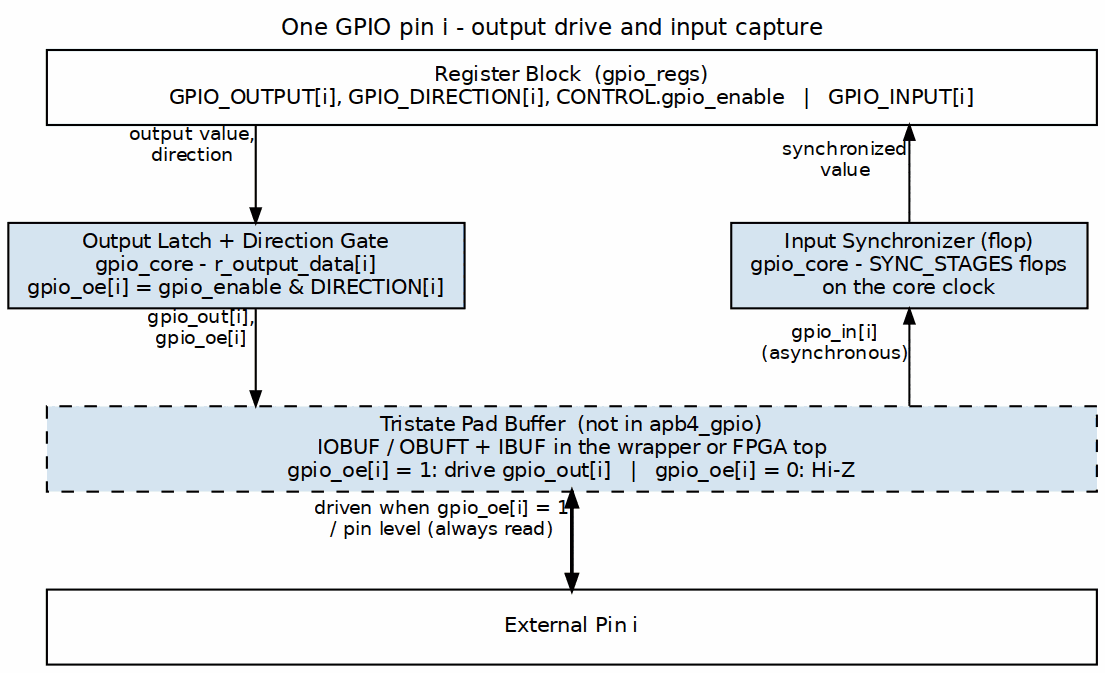
Earlier version of the Graphviz export projects/components/legacy-ip/retro_legacy_blocks/docs/gpio_mas/assets/graphviz/gpio_pin_io.png (sean-galloway/RTLDesignSherpa). Its source is kept beside it as projects/components/legacy-ip/retro_legacy_blocks/docs/gpio_mas/assets/graphviz/gpio_pin_io.dot. Its diagram source:
```dot
digraph gpio_pin_io {
    graph [rankdir=TB, bgcolor="white", fontname="Helvetica", fontsize=11,
           nodesep="0.45", ranksep="0.65", splines=ortho, newrank=true,
           label="One GPIO pin i - output drive and input capture",
           labelloc=t, labeljust=c];
    node  [fontname="Helvetica", fontsize=10, shape=box, style=filled,
           fillcolor="#D6E4F0", color="black", margin="0.12,0.06"];
    edge  [fontname="Helvetica", fontsize=9, color="black", arrowsize=0.7];

    regs [label="Register Block  (gpio_regs)\nGPIO_OUTPUT[i], GPIO_DIRECTION[i], CONTROL.gpio_enable   |   GPIO_INPUT[i]", fillcolor="white", width=7.0];
    lat  [label="Output Latch + Direction Gate\ngpio_core - r_output_data[i]\ngpio_oe[i] = gpio_enable & DIRECTION[i]"];
    syn  [label="Input Synchronizer (flop)\ngpio_core - SYNC_STAGES flops\non the core clock"];
    buf  [style="filled,dashed", label="Tristate Pad Buffer  (not in apb4_gpio)\nIOBUF / OBUFT + IBUF in the wrapper or FPGA top\ngpio_oe[i] = 1: drive gpio_out[i]   |   gpio_oe[i] = 0: Hi-Z", width=7.0];
    bar  [label="External Pin i", fillcolor="white", width=7.0];

    regs -> lat [xlabel="output value,\ndirection"];
    lat  -> buf [xlabel="gpio_out[i],\ngpio_oe[i]"];
    buf  -> bar [dir=both, penwidth=1.8, xlabel="driven when gpio_oe[i] = 1\n/ pin level (always read)"];
    syn  -> buf [dir=back, xlabel="gpio_in[i]\n(asynchronous)"];
    regs -> syn [dir=back, xlabel="synchronized\nvalue"];

    { rank=same; lat; syn; }
    lat -> syn [style=invis, minlen=4];
}
```
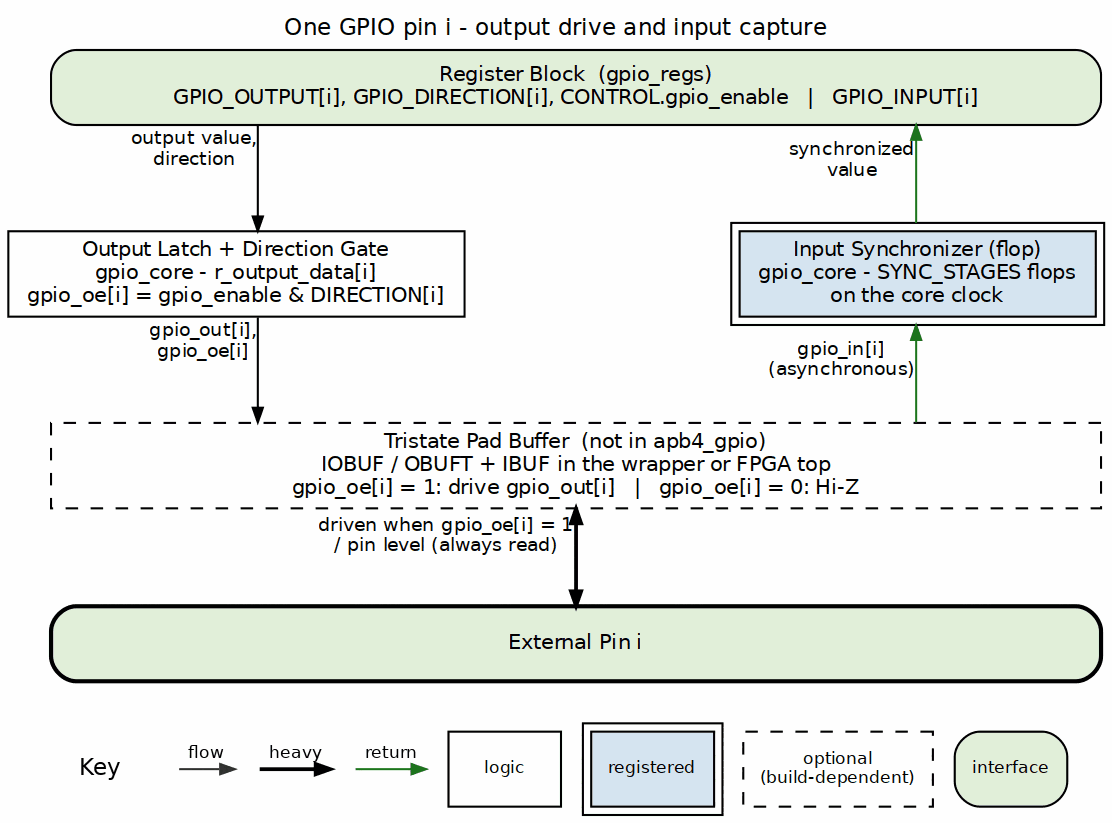
After the change.

The edit, as a diff of the source:
```diff
@@ -4,20 +4,20 @@
            label="One GPIO pin i - output drive and input capture",
            labelloc=t, labeljust=c];
     node  [fontname="Helvetica", fontsize=10, shape=box, style=filled,
-           fillcolor="#D6E4F0", color="black", margin="0.12,0.06"];
+           fillcolor="white", color="black", margin="0.12,0.06"];
     edge  [fontname="Helvetica", fontsize=9, color="black", arrowsize=0.7];
 
-    regs [label="Register Block  (gpio_regs)\nGPIO_OUTPUT[i], GPIO_DIRECTION[i], CONTROL.gpio_enable   |   GPIO_INPUT[i]", fillcolor="white", width=7.0];
-    lat  [label="Output Latch + Direction Gate\ngpio_core - r_output_data[i]\ngpio_oe[i] = gpio_enable & DIRECTION[i]"];
-    syn  [label="Input Synchronizer (flop)\ngpio_core - SYNC_STAGES flops\non the core clock"];
-    buf  [style="filled,dashed", label="Tristate Pad Buffer  (not in apb4_gpio)\nIOBUF / OBUFT + IBUF in the wrapper or FPGA top\ngpio_oe[i] = 1: drive gpio_out[i]   |   gpio_oe[i] = 0: Hi-Z", width=7.0];
-    bar  [label="External Pin i", fillcolor="white", width=7.0];
+    regs [label="Register Block  (gpio_regs)\nGPIO_OUTPUT[i], GPIO_DIRECTION[i], CONTROL.gpio_enable   |   GPIO_INPUT[i]", fillcolor="white", width=7.0, style="rounded,filled", fillcolor="#E2EFDA"];
+    lat  [label="Output Latch + Direction Gate\ngpio_core - r_output_data[i]\ngpio_oe[i] = gpio_enable & DIRECTION[i]", style="filled", fillcolor="white"];
+    syn  [label="Input Synchronizer (flop)\ngpio_core - SYNC_STAGES flops\non the core clock", peripheries=2, style="filled", fillcolor="#D6E4F0"];
+    buf  [style="filled,dashed", label="Tristate Pad Buffer  (not in apb4_gpio)\nIOBUF / OBUFT + IBUF in the wrapper or FPGA top\ngpio_oe[i] = 1: drive gpio_out[i]   |   gpio_oe[i] = 0: Hi-Z", width=7.0, style="filled,dashed", fillcolor="white"];
+    bar  [label="External Pin i", fillcolor="white", width=7.0, style="rounded,filled,bold", fillcolor="#E2EFDA"];
 
     regs -> lat [xlabel="output value,\ndirection"];
     lat  -> buf [xlabel="gpio_out[i],\ngpio_oe[i]"];
     buf  -> bar [dir=both, penwidth=1.8, xlabel="driven when gpio_oe[i] = 1\n/ pin level (always read)"];
-    syn  -> buf [dir=back, xlabel="gpio_in[i]\n(asynchronous)"];
-    regs -> syn [dir=back, xlabel="synchronized\nvalue"];
+    syn  -> buf [color="#1A7A1A", dir=back, xlabel="gpio_in[i]\n(asynchronous)"];
+    regs -> syn [color="#1A7A1A", dir=back, xlabel="synchronized\nvalue"];
 
     { rank=same; lat; syn; }
     lat -> syn [style=invis, minlen=4];
```
